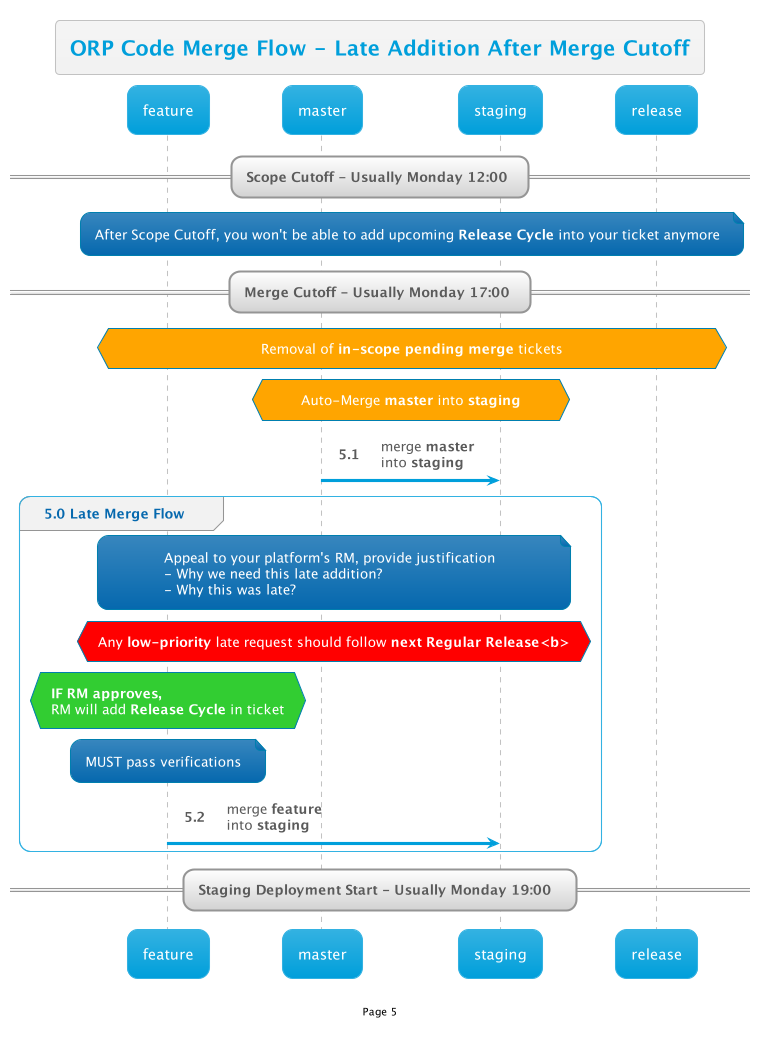
The PlantUML diagram out/RegularRelease/CodeMergeFlow/5/5.png in thetomitomo/diagrams, before a commit.
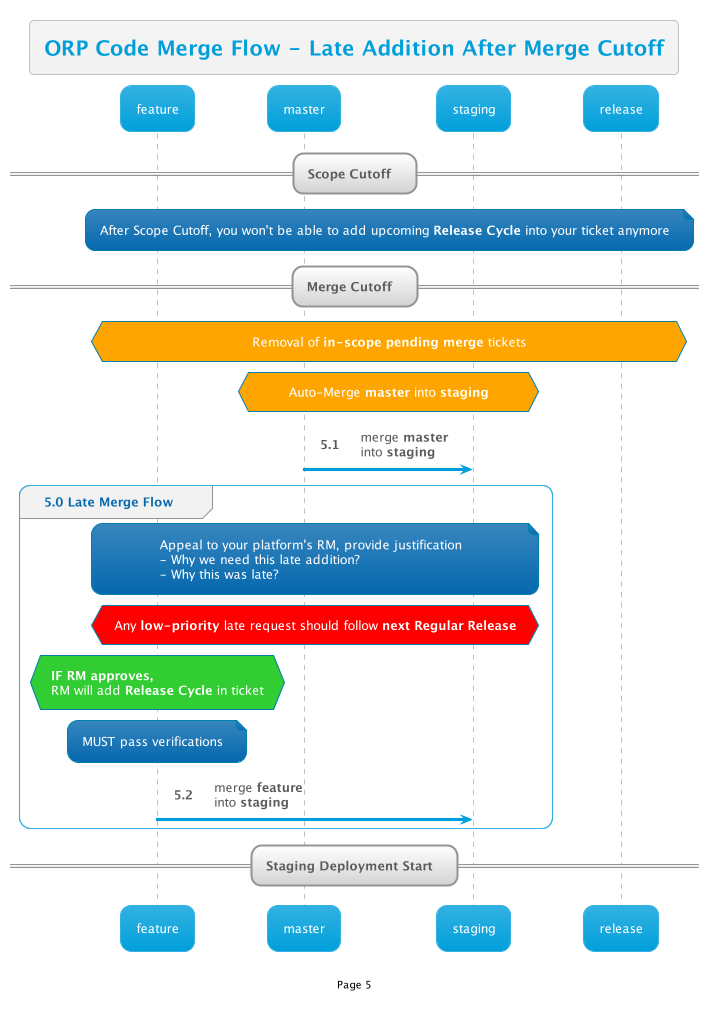
After the commit.

Change to the diagram source:
```diff
@@ -4,11 +4,11 @@
 
 title ORP Code Merge Flow - Late Addition After Merge Cutoff
 
-== Scope Cutoff - Usually Monday 12:00 ==
+== Scope Cutoff  ==
 
 note over feature, release : After Scope Cutoff, you won't be able to add upcoming <b>Release Cycle</b> into your ticket anymore
 
-== Merge Cutoff - Usually Monday 17:00 ==
+== Merge Cutoff  ==
 
 hnote over feature,release #Orange:Removal of <b>in-scope pending merge</b> tickets
 hnote over master,staging #Orange:Auto-Merge **master** into **staging**
@@ -16,7 +16,7 @@
 
 group 5.0 Late Merge Flow
     note over feature, staging : $late_justification
-    hnote over feature,staging #Red:Any <b>low-priority</b> late request should follow <b>next Regular Release<b>
+    hnote over feature,staging #Red:Any <b>low-priority</b> late request should follow <b>next Regular Release
 
     hnote over feature #LimeGreen: $if_RM_approves
     note over feature: MUST pass verifications
@@ -24,5 +24,5 @@
     feature -> staging: merge <b>feature</b>\ninto <b>staging</b>
 end
 
-== Staging Deployment Start - Usually Monday 19:00  ==
+== Staging Deployment Start  ==
 @enduml
```
